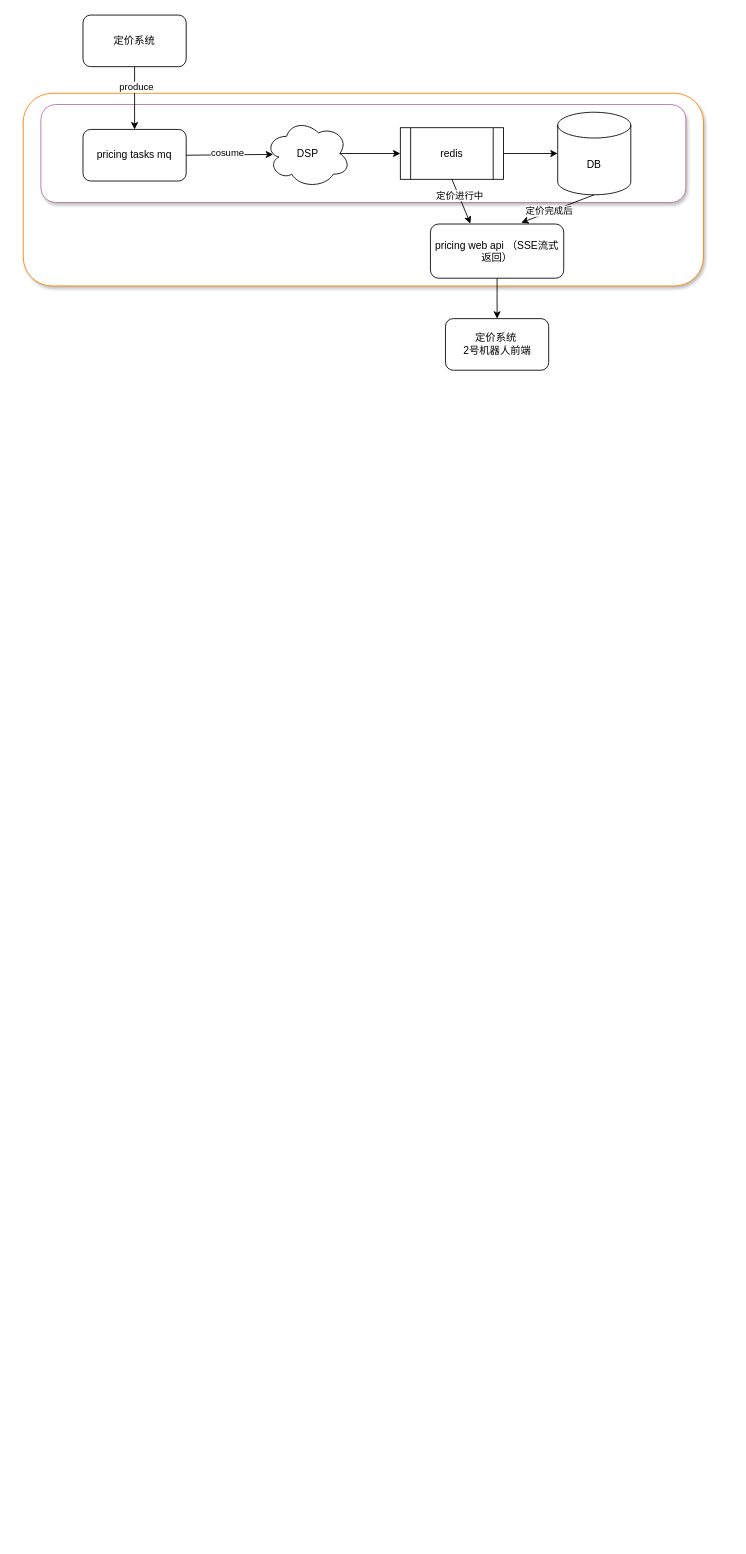
Above: dsp_structure.drawio in mrlonely001/gittest (draw.io), before the change. Source tidied: cells renumbered, new cells numbered last; positions are measured from the earlier drawing's top-left corner, leaving out a move shared by most shapes. Both pictures are drawn from the tidied source at 86%, with x=0, y=0 at pixel (22, 15).
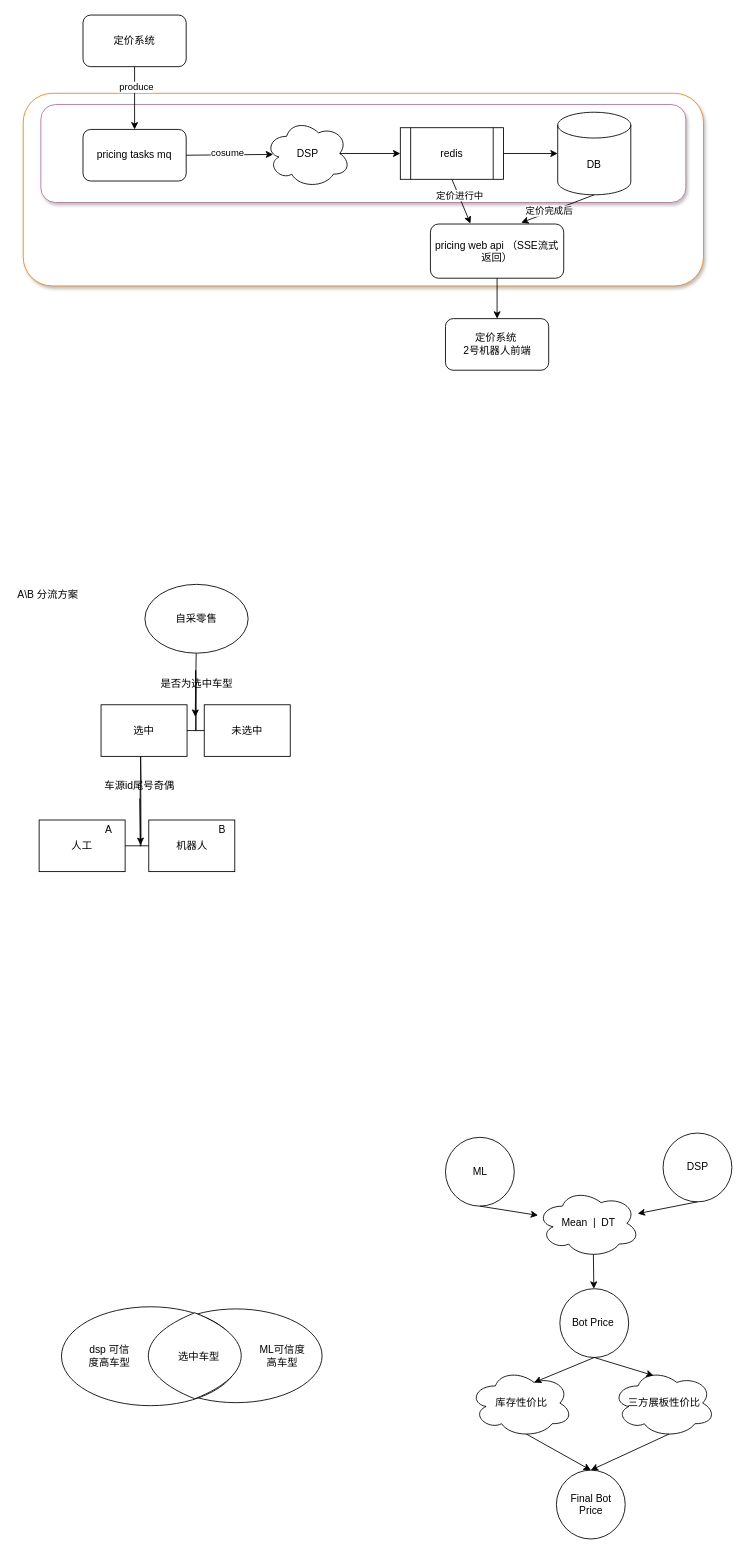
Above is the later version.

Change to the diagram source:
```diff
@@
+    <mxCell id="22" style="edgeStyle=orthogonalEdgeStyle;sourcePerimeterSpacing=0;targetPerimeterSpacing=0;startArrow=none;endArrow=none;rounded=0;targetPortConstraint=eastwest;sourcePortConstraint=northsouth;curved=0;rounded=0;" parent="1" edge="1" target="24">
+      <mxGeometry relative="1" as="geometry">
+        <mxPoint x="137" y="862" as="sourcePoint" />
+      </mxGeometry>
+    </mxCell>
+    <mxCell id="23" style="edgeStyle=orthogonalEdgeStyle;sourcePerimeterSpacing=0;targetPerimeterSpacing=0;startArrow=none;endArrow=none;rounded=0;targetPortConstraint=eastwest;sourcePortConstraint=northsouth;curved=0;rounded=0;" parent="1" edge="1" target="25">
+      <mxGeometry relative="1" as="geometry">
+        <mxPoint x="137" y="862" as="sourcePoint" />
+      </mxGeometry>
+    </mxCell>
+    <mxCell id="24" value="人工" style="whiteSpace=wrap;html=1;align=center;verticalAlign=middle;" parent="1" vertex="1">
+      <mxGeometry x="19" y="936" width="100" height="60" as="geometry" />
+    </mxCell>
+    <mxCell id="25" value="机器人" style="whiteSpace=wrap;html=1;align=center;verticalAlign=middle;" parent="1" vertex="1">
+      <mxGeometry x="146.5" y="936" width="100" height="60" as="geometry" />
+    </mxCell>
+    <mxCell id="26" value="车源id尾号奇偶" style="text;html=1;align=center;verticalAlign=middle;whiteSpace=wrap;rounded=0;" parent="1" vertex="1">
+      <mxGeometry x="84" y="881" width="104" height="30" as="geometry" />
+    </mxCell>
+    <mxCell id="27" style="edgeStyle=orthogonalEdgeStyle;sourcePerimeterSpacing=0;targetPerimeterSpacing=0;startArrow=none;endArrow=none;rounded=0;targetPortConstraint=eastwest;sourcePortConstraint=northsouth;curved=0;rounded=0;" parent="1" edge="1" target="29">
+      <mxGeometry relative="1" as="geometry">
+        <mxPoint x="201" y="762" as="sourcePoint" />
+      </mxGeometry>
+    </mxCell>
+    <mxCell id="28" style="edgeStyle=orthogonalEdgeStyle;sourcePerimeterSpacing=0;targetPerimeterSpacing=0;startArrow=none;endArrow=none;rounded=0;targetPortConstraint=eastwest;sourcePortConstraint=northsouth;curved=0;rounded=0;" parent="1" edge="1" target="30">
+      <mxGeometry relative="1" as="geometry">
+        <mxPoint x="201" y="762" as="sourcePoint" />
+      </mxGeometry>
+    </mxCell>
+    <mxCell id="29" value="选中" style="whiteSpace=wrap;html=1;align=center;verticalAlign=middle;" parent="1" vertex="1">
+      <mxGeometry x="91" y="802" width="100" height="60" as="geometry" />
+    </mxCell>
+    <mxCell id="30" value="未选中" style="whiteSpace=wrap;html=1;align=center;verticalAlign=middle;" parent="1" vertex="1">
+      <mxGeometry x="211" y="802" width="100" height="60" as="geometry" />
+    </mxCell>
+    <mxCell id="31" value="是否为选中车型" style="text;html=1;align=center;verticalAlign=middle;whiteSpace=wrap;rounded=0;" parent="1" vertex="1">
+      <mxGeometry x="146.5" y="763" width="111" height="30" as="geometry" />
+    </mxCell>
+    <mxCell id="32" style="endArrow=classic;html=1;rounded=0;" parent="1" edge="1" source="33">
+      <mxGeometry relative="1" as="geometry">
+        <mxPoint x="200.5" y="816" as="targetPoint" />
+      </mxGeometry>
+    </mxCell>
+    <mxCell id="33" value="自采零售" style="ellipse;whiteSpace=wrap;html=1;" parent="1" vertex="1">
+      <mxGeometry x="142" y="662" width="120" height="80" as="geometry" />
+    </mxCell>
+    <mxCell id="34" style="endArrow=classic;html=1;rounded=0;exitX=0.5;exitY=1;exitDx=0;exitDy=0;" parent="1" edge="1" source="26">
+      <mxGeometry relative="1" as="geometry">
+        <mxPoint x="137" y="965" as="targetPoint" />
+      </mxGeometry>
+    </mxCell>
+    <mxCell id="35" value="A\B 分流方案" style="text;html=1;align=center;verticalAlign=middle;whiteSpace=wrap;rounded=0;" parent="1" vertex="1">
+      <mxGeometry x="-9" y="659" width="77" height="30" as="geometry" />
+    </mxCell>
+    <mxCell id="36" style="ellipse;whiteSpace=wrap;html=1;" parent="1" vertex="1">
+      <mxGeometry x="148" y="1504.5" width="200" height="109" as="geometry" />
+    </mxCell>
+    <mxCell id="37" style="ellipse;whiteSpace=wrap;html=1;" parent="1" vertex="1">
+      <mxGeometry x="45" y="1502" width="207" height="115" as="geometry" />
+    </mxCell>
+    <mxCell id="38" style="whiteSpace=wrap;html=1;shape=mxgraph.basic.pointed_oval;" parent="1" vertex="1">
+      <mxGeometry x="128" y="1509" width="144" height="100" as="geometry" />
+    </mxCell>
+    <mxCell id="39" value="选中车型" style="text;strokeColor=none;fillColor=none;align=left;verticalAlign=top;spacingLeft=4;spacingRight=4;overflow=hidden;whiteSpace=wrap;html=1;" parent="1" vertex="1">
+      <mxGeometry x="175" y="1546" width="60" height="26" as="geometry" />
+    </mxCell>
+    <mxCell id="40" value="dsp 可信度高车型" style="text;html=1;align=center;verticalAlign=middle;whiteSpace=wrap;rounded=0;" parent="1" vertex="1">
+      <mxGeometry x="71" y="1544" width="60" height="30" as="geometry" />
+    </mxCell>
+    <mxCell id="41" value="ML可信度高车型" style="text;html=1;align=center;verticalAlign=middle;whiteSpace=wrap;rounded=0;" parent="1" vertex="1">
+      <mxGeometry x="272" y="1544" width="60" height="30" as="geometry" />
+    </mxCell>
+    <mxCell id="42" value="ML" style="ellipse;whiteSpace=wrap;html=1;" parent="1" vertex="1">
+      <mxGeometry x="491.5" y="1305" width="80" height="80" as="geometry" />
+    </mxCell>
+    <mxCell id="43" value="DSP" style="ellipse;whiteSpace=wrap;html=1;" parent="1" vertex="1">
+      <mxGeometry x="744.5" y="1300" width="80" height="80" as="geometry" />
+    </mxCell>
+    <mxCell id="44" value="Bot Price&amp;nbsp;" style="ellipse;whiteSpace=wrap;html=1;" parent="1" vertex="1">
+      <mxGeometry x="624.5" y="1481" width="80" height="80" as="geometry" />
+    </mxCell>
+    <mxCell id="45" style="endArrow=classic;html=1;rounded=0;exitX=0.5;exitY=1;exitDx=0;exitDy=0;" parent="1" edge="1" source="42" target="47">
+      <mxGeometry relative="1" as="geometry" />
+    </mxCell>
+    <mxCell id="46" style="endArrow=classic;html=1;rounded=0;exitX=0.5;exitY=1;exitDx=0;exitDy=0;" parent="1" edge="1" source="43" target="47">
+      <mxGeometry relative="1" as="geometry" />
+    </mxCell>
+    <mxCell id="47" value="Mean&amp;nbsp; |&amp;nbsp; DT" style="ellipse;shape=cloud;whiteSpace=wrap;html=1;" parent="1" vertex="1">
+      <mxGeometry x="597.5" y="1365" width="120" height="80" as="geometry" />
+    </mxCell>
+    <mxCell id="48" style="endArrow=classic;html=1;rounded=0;exitX=0.55;exitY=0.95;exitDx=0;exitDy=0;exitPerimeter=0;" parent="1" edge="1" source="47" target="44">
+      <mxGeometry relative="1" as="geometry" />
+    </mxCell>
+    <mxCell id="49" value="库存性价比" style="ellipse;shape=cloud;whiteSpace=wrap;html=1;" parent="1" vertex="1">
+      <mxGeometry x="519.5" y="1574" width="120" height="80" as="geometry" />
+    </mxCell>
+    <mxCell id="50" value="三方展板性价比" style="ellipse;shape=cloud;whiteSpace=wrap;html=1;" parent="1" vertex="1">
+      <mxGeometry x="685.5" y="1574" width="120" height="80" as="geometry" />
+    </mxCell>
+    <mxCell id="51" style="endArrow=classic;html=1;rounded=0;exitX=0.5;exitY=1;exitDx=0;exitDy=0;entryX=0.4;entryY=0.1;entryDx=0;entryDy=0;entryPerimeter=0;" parent="1" edge="1" source="44" target="50">
+      <mxGeometry relative="1" as="geometry" />
+    </mxCell>
+    <mxCell id="52" style="endArrow=classic;html=1;rounded=0;exitX=0.5;exitY=1;exitDx=0;exitDy=0;entryX=0.625;entryY=0.2;entryDx=0;entryDy=0;entryPerimeter=0;" parent="1" edge="1" source="44" target="49">
+      <mxGeometry relative="1" as="geometry" />
+    </mxCell>
+    <mxCell id="53" style="endArrow=classic;html=1;rounded=0;exitX=0.55;exitY=0.95;exitDx=0;exitDy=0;exitPerimeter=0;entryX=0.5;entryY=0;entryDx=0;entryDy=0;" parent="1" edge="1" source="50" target="55">
+      <mxGeometry relative="1" as="geometry" />
+    </mxCell>
+    <mxCell id="54" style="endArrow=classic;html=1;rounded=0;exitX=0.55;exitY=0.95;exitDx=0;exitDy=0;exitPerimeter=0;entryX=0.5;entryY=0;entryDx=0;entryDy=0;" parent="1" edge="1" source="49" target="55">
+      <mxGeometry relative="1" as="geometry" />
+    </mxCell>
+    <mxCell id="55" value="Final Bot Price" style="ellipse;whiteSpace=wrap;html=1;" parent="1" vertex="1">
+      <mxGeometry x="620.5" y="1692" width="80" height="80" as="geometry" />
+    </mxCell>
+    <mxCell id="56" value="A" style="text;html=1;align=center;verticalAlign=middle;whiteSpace=wrap;rounded=0;" parent="1" vertex="1">
+      <mxGeometry x="70" y="933" width="60" height="30" as="geometry" />
+    </mxCell>
+    <mxCell id="57" value="B" style="text;html=1;align=center;verticalAlign=middle;whiteSpace=wrap;rounded=0;" parent="1" vertex="1">
+      <mxGeometry x="202" y="933" width="60" height="30" as="geometry" />
+    </mxCell>
```
